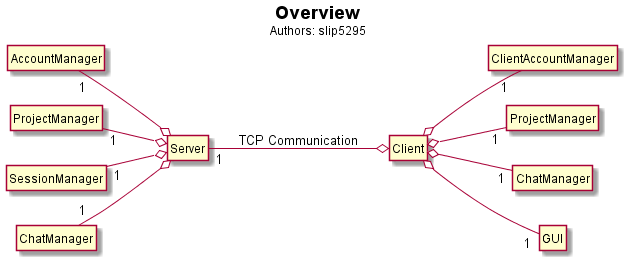
Above: hw3/Overview/overview.png in voxelv/sQuire_kw (PlantUML), before the change. The source it was exported from:
```plantuml
@startuml
hide circle
hide empty members

title <b>Overview</b>\n<size:12>Authors: slip5295</size>

left to right direction

class "Client" as sq_c
class "Server" as sq_s

class "ClientAccountManager" as sq_acntmgr
class "ProjectManager" as sq_projmgr
class "ChatManager" as sq_chatmgr
class "GUI" as sq_gui

class "AccountManager" as sqs_ua_m
class "ProjectManager" as sqs_pr_m
class "SessionManager" as sqs_se_m
class "ChatManager" as sqs_ch_m

sq_c o-- "1" sq_projmgr
sq_c o-- "1" sq_acntmgr
sq_c o-- "1" sq_chatmgr
sq_c o-- "1" sq_gui

sq_c o-up- "1" sq_s : TCP Communication

sqs_pr_m "1" --o sq_s
sqs_ua_m "1" --o sq_s
sqs_se_m "1" --o sq_s
sqs_ch_m "1" --o sq_s

@enduml
```
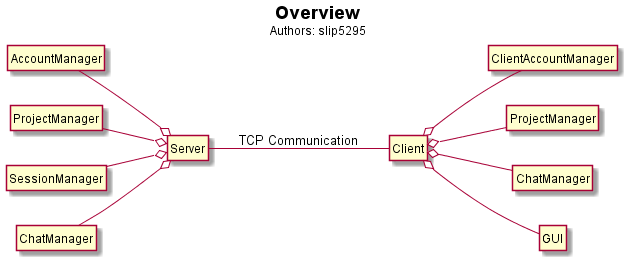
The same file after the commit.

Diff of the diagram source:
```diff
@@ -19,16 +19,16 @@
 class "SessionManager" as sqs_se_m
 class "ChatManager" as sqs_ch_m
 
-sq_c o-- "1" sq_projmgr
-sq_c o-- "1" sq_acntmgr
-sq_c o-- "1" sq_chatmgr
-sq_c o-- "1" sq_gui
+sq_c o-- sq_projmgr
+sq_c o-- sq_acntmgr
+sq_c o-- sq_chatmgr
+sq_c o-- sq_gui
 
-sq_c o-up- "1" sq_s : TCP Communication
+sq_c -up- sq_s : TCP Communication
 
-sqs_pr_m "1" --o sq_s
-sqs_ua_m "1" --o sq_s
-sqs_se_m "1" --o sq_s
-sqs_ch_m "1" --o sq_s
+sqs_pr_m --o sq_s
+sqs_ua_m --o sq_s
+sqs_se_m --o sq_s
+sqs_ch_m --o sq_s
 
 @enduml
```
